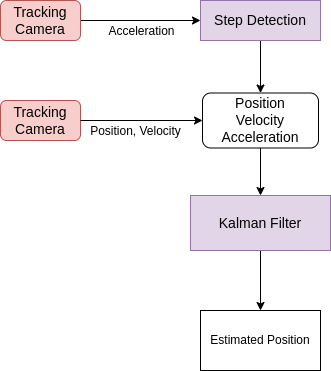
This is Presentation/schema1.png from dossmann2/Conf-on-SensorandAppl23, a draw.io export, as it was before one commit. Source tidied: cells renumbered, new cells last; positions are measured from the earlier drawing's top-left corner, leaving out a move shared by most shapes.
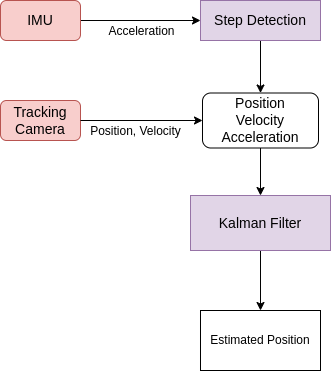
The same diagram one commit later.

Commit message:
Added overlays back in

Diff of the diagram source:
```diff
@@ -44,7 +44,7 @@
         <mxPoint x="27" y="5" as="offset" />
       </mxGeometry>
     </mxCell>
-    <mxCell id="14" value="&lt;font style=&quot;font-size: 14px;&quot;&gt;Tracking Camera&lt;/font&gt;" style="rounded=1;whiteSpace=wrap;html=1;fillColor=#f8cecc;strokeColor=#b85450;" parent="1" vertex="1">
+    <mxCell id="14" value="&lt;font style=&quot;font-size: 14px;&quot;&gt;IMU&lt;/font&gt;" style="rounded=1;whiteSpace=wrap;html=1;fillColor=#f8cecc;strokeColor=#b85450;" parent="1" vertex="1">
       <mxGeometry width="80" height="40" as="geometry" />
     </mxCell>
   </root>
```
